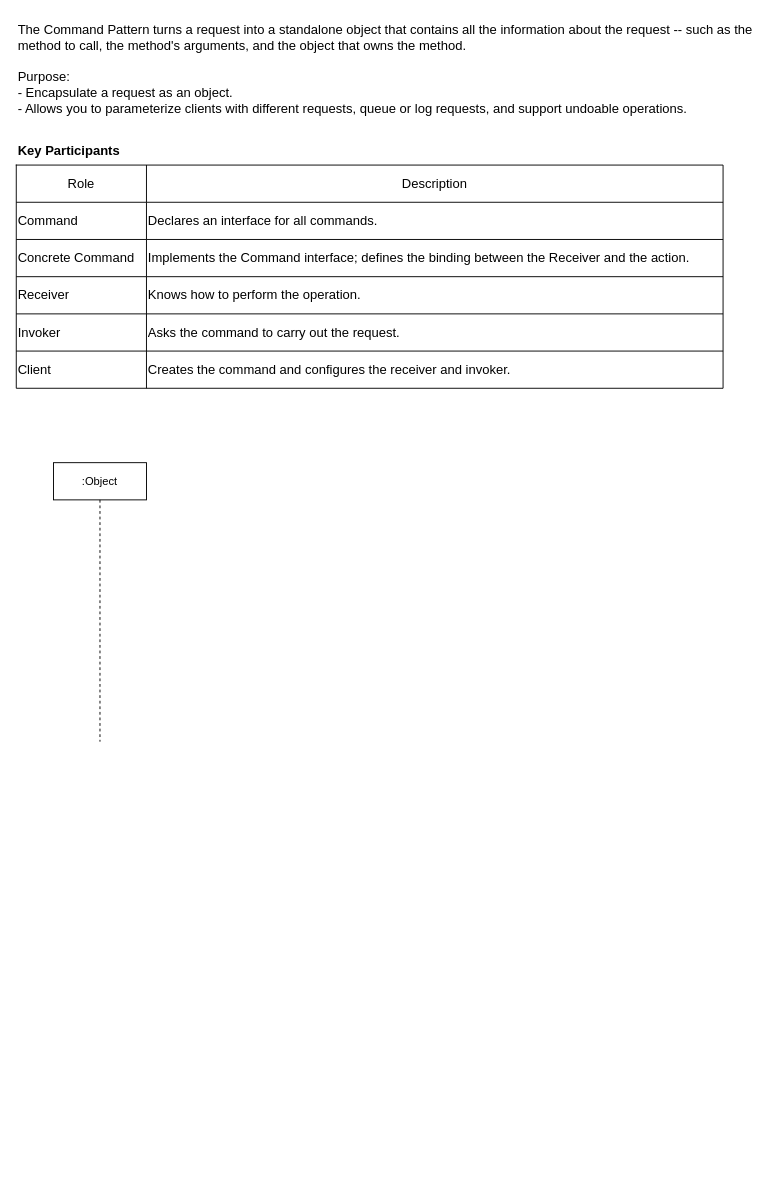
The draw.io diagram Command_DesignPattern.drawio in tyk1hc/drawio, before the edit. Source tidied: cells renumbered, new cells numbered last; positions are measured from the earlier drawing's top-left corner, leaving out a move shared by most shapes. Both pictures are drawn from the tidied source at 93%, with x=0, y=0 at pixel (16, 16).
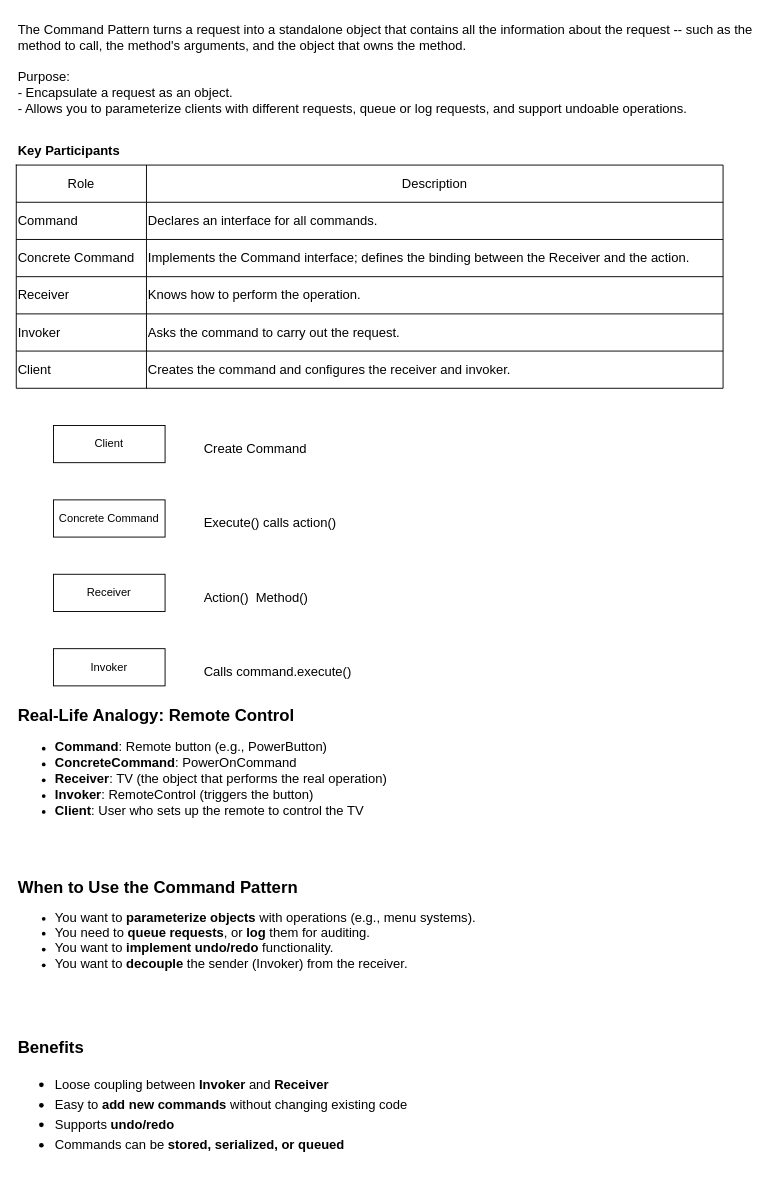
After the change.

The edit, as a diff of the source:
```diff
@@
-    <mxCell id="23" value=":Object" style="shape=umlLifeline;perimeter=lifelinePerimeter;whiteSpace=wrap;html=1;newEdgeStyle={&quot;curved&quot;:0,&quot;rounded&quot;:0};" parent="1" vertex="1">
-      <mxGeometry x="40" y="480" width="100" height="300" as="geometry" />
-    </mxCell>
+    <mxCell id="24" value="Client" style="html=1;whiteSpace=wrap;" parent="1" vertex="1">
+      <mxGeometry x="40" y="440" width="120" height="40" as="geometry" />
+    </mxCell>
+    <mxCell id="25" value="Concrete Command" style="html=1;whiteSpace=wrap;" parent="1" vertex="1">
+      <mxGeometry x="40" y="520" width="120" height="40" as="geometry" />
+    </mxCell>
+    <mxCell id="26" value="Receiver" style="html=1;whiteSpace=wrap;" parent="1" vertex="1">
+      <mxGeometry x="40" y="600" width="120" height="40" as="geometry" />
+    </mxCell>
+    <mxCell id="27" value="&lt;h2&gt;Real-Life Analogy: Remote Control&lt;/h2&gt;&lt;ul&gt;&lt;li&gt;&lt;font style=&quot;font-size: 14px;&quot;&gt;&lt;strong style=&quot;&quot;&gt;Command&lt;/strong&gt;: Remote button (e.g., PowerButton)&amp;nbsp;&lt;/font&gt;&lt;/li&gt;&lt;li&gt;&lt;font style=&quot;font-size: 14px;&quot;&gt;&lt;strong&gt;ConcreteCommand&lt;/strong&gt;: PowerOnCommand&lt;/font&gt;&lt;/li&gt;&lt;li&gt;&lt;font style=&quot;font-size: 14px;&quot;&gt;&lt;strong&gt;Receiver&lt;/strong&gt;: TV (the object that performs the real operation)&lt;/font&gt;&lt;/li&gt;&lt;li&gt;&lt;font style=&quot;font-size: 14px;&quot;&gt;&lt;strong&gt;Invoker&lt;/strong&gt;: RemoteControl (triggers the button)&lt;/font&gt;&lt;/li&gt;&lt;li&gt;&lt;font style=&quot;font-size: 14px;&quot;&gt;&lt;strong style=&quot;&quot;&gt;Client&lt;/strong&gt;: User who sets up the remote to control the TV&lt;/font&gt;&lt;/li&gt;&lt;/ul&gt;" style="text;whiteSpace=wrap;html=1;" parent="1" vertex="1">
+      <mxGeometry y="720" width="760" height="160" as="geometry" />
+    </mxCell>
+    <mxCell id="28" value="Invoker" style="html=1;whiteSpace=wrap;" parent="1" vertex="1">
+      <mxGeometry x="40" y="680" width="120" height="40" as="geometry" />
+    </mxCell>
+    <mxCell id="29" value="&lt;font style=&quot;font-size: 18px;&quot;&gt;&lt;b style=&quot;&quot;&gt;When to Use the Command Pattern&lt;/b&gt;&lt;/font&gt;&lt;div&gt;&lt;ul&gt;&lt;li&gt;&lt;font style=&quot;font-size: 14px;&quot;&gt;You want to &lt;b&gt;&lt;span style=&quot;&quot;&gt;parameterize objects&lt;/span&gt; &lt;/b&gt;with operations (e.g., menu systems).&lt;/font&gt;&lt;/li&gt;&lt;li&gt;&lt;font style=&quot;font-size: 14px;&quot;&gt;You need to &lt;strong&gt;queue requests&lt;/strong&gt;, or &lt;strong&gt;log&lt;/strong&gt; them for auditing.&lt;/font&gt;&lt;/li&gt;&lt;li&gt;&lt;font style=&quot;font-size: 14px;&quot;&gt;You want to &lt;strong&gt;implement undo/redo&lt;/strong&gt; functionality.&lt;/font&gt;&lt;/li&gt;&lt;li&gt;&lt;font style=&quot;font-size: 14px;&quot;&gt;You want to &lt;strong&gt;decouple&lt;/strong&gt; the sender (Invoker) from the receiver.&lt;/font&gt;&lt;/li&gt;&lt;/ul&gt;&lt;/div&gt;" style="text;whiteSpace=wrap;html=1;" parent="1" vertex="1">
+      <mxGeometry y="920" width="760" height="120" as="geometry" />
+    </mxCell>
+    <mxCell id="30" value="&lt;font style=&quot;font-size: 18px;&quot;&gt;&lt;b&gt;Benefits&lt;/b&gt;&lt;br style=&quot;padding: 0px; margin: 0px; font-size: 14px;&quot;&gt;&lt;ul&gt;&lt;li&gt;&lt;font style=&quot;font-size: 18px;&quot;&gt;&lt;span style=&quot;font-size: 14px;&quot;&gt;Loose coupling between &lt;b&gt;Invoker &lt;/b&gt;and &lt;b&gt;Receiver&lt;/b&gt;&lt;/span&gt;&lt;/font&gt;&lt;/li&gt;&lt;li&gt;&lt;font style=&quot;font-size: 18px;&quot;&gt;&lt;span style=&quot;font-size: 14px;&quot;&gt;Easy to &lt;b&gt;add new commands&lt;/b&gt; without changing existing code&lt;/span&gt;&lt;/font&gt;&lt;/li&gt;&lt;li&gt;&lt;font style=&quot;font-size: 18px;&quot;&gt;&lt;span style=&quot;font-size: 14px;&quot;&gt;Supports &lt;b&gt;undo/redo&lt;/b&gt;&lt;/span&gt;&lt;/font&gt;&lt;/li&gt;&lt;li&gt;&lt;font style=&quot;font-size: 18px;&quot;&gt;&lt;span style=&quot;font-size: 14px;&quot;&gt;Commands can be &lt;b&gt;stored, serialized, or queued&lt;/b&gt;&lt;/span&gt;&lt;/font&gt;&lt;/li&gt;&lt;/ul&gt;&lt;/font&gt;" style="text;html=1;align=left;verticalAlign=middle;whiteSpace=wrap;rounded=0;" parent="1" vertex="1">
+      <mxGeometry y="1100" width="760" height="140" as="geometry" />
+    </mxCell>
+    <mxCell id="31" value="Create Command" style="text;html=1;align=left;verticalAlign=middle;whiteSpace=wrap;rounded=0;fontSize=14;" parent="1" vertex="1">
+      <mxGeometry x="200" y="450" width="520" height="30" as="geometry" />
+    </mxCell>
+    <mxCell id="32" value="Execute() calls action()" style="text;html=1;align=left;verticalAlign=middle;whiteSpace=wrap;rounded=0;fontSize=14;" parent="1" vertex="1">
+      <mxGeometry x="200" y="530" width="520" height="30" as="geometry" />
+    </mxCell>
+    <mxCell id="33" value="Action()&amp;nbsp; Method()" style="text;html=1;align=left;verticalAlign=middle;whiteSpace=wrap;rounded=0;fontSize=14;" parent="1" vertex="1">
+      <mxGeometry x="200" y="610" width="520" height="30" as="geometry" />
+    </mxCell>
+    <mxCell id="34" value="Calls command.execute()" style="text;html=1;align=left;verticalAlign=middle;whiteSpace=wrap;rounded=0;fontSize=14;" parent="1" vertex="1">
+      <mxGeometry x="200" y="690" width="520" height="30" as="geometry" />
+    </mxCell>
```
